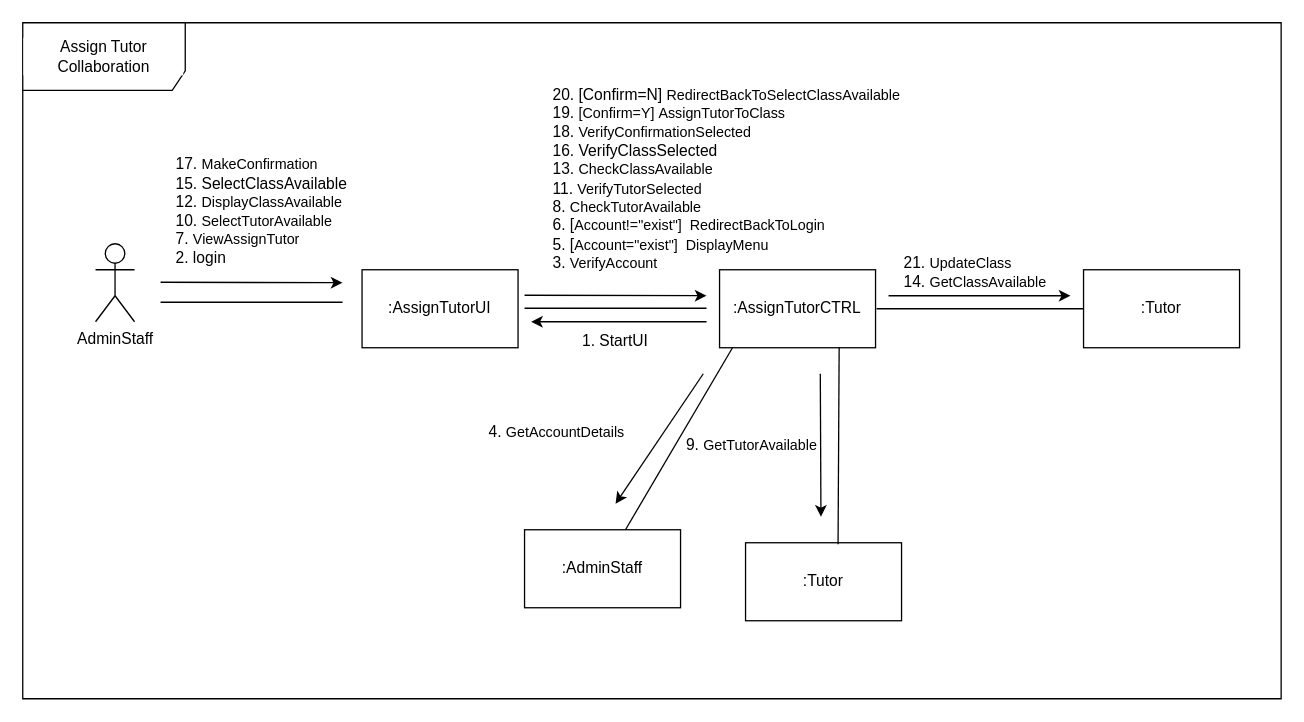
Before: page "CollaborationDiagram" (2 of 2) of OOAD DIAGRAM/SequenceDiagram.drawio in Jerald13/SemV2-Drawio, a draw.io diagram. Source tidied: cells renumbered, new cells numbered last; positions are measured from the earlier drawing's top-left corner, leaving out a move shared by most shapes. Both pictures are drawn from the tidied source at 130%, with x=0, y=0 at pixel (22, 22).
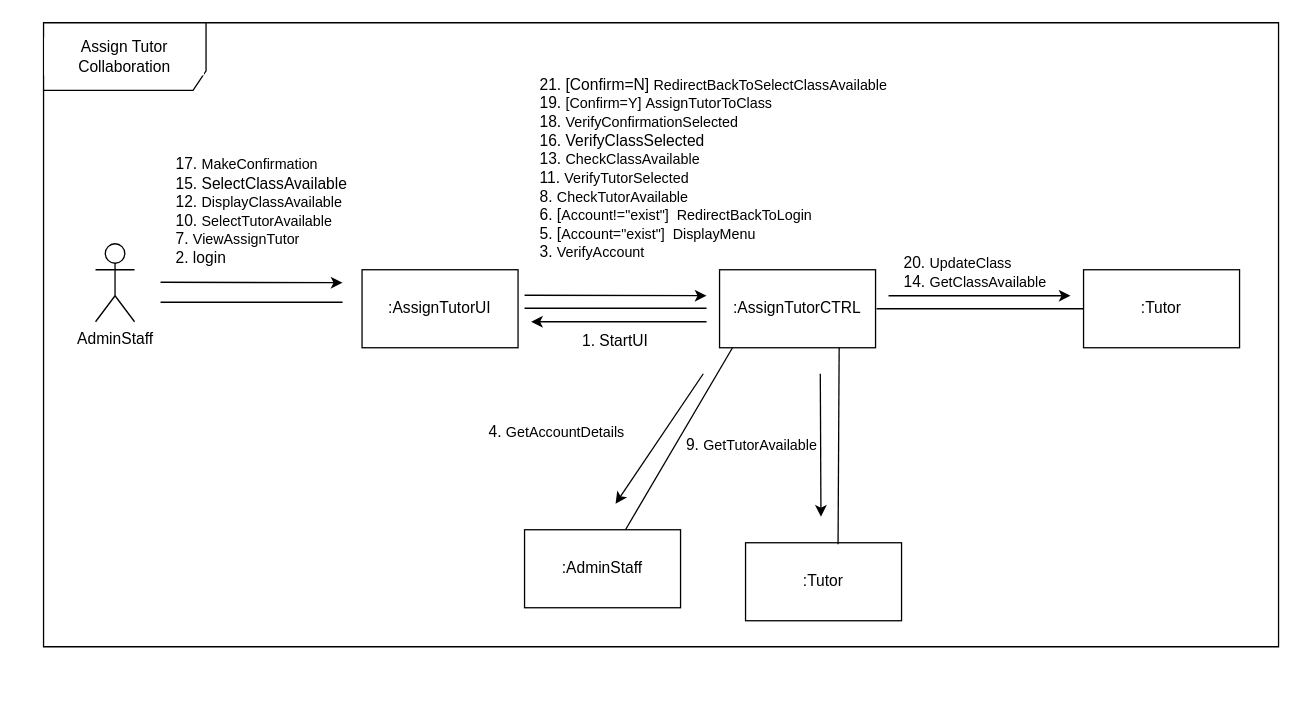
Above is the later version.

The edit, as a diff of the source:
```diff
@@
-    <mxCell id="19" value="&lt;br&gt;21.&amp;nbsp;&lt;span style=&quot;font-size: 11px; text-align: center; background-color: rgb(255, 255, 255);&quot;&gt;UpdateClass&lt;br&gt;&lt;/span&gt;14.&amp;nbsp;&lt;span style=&quot;font-size: 11px; background-color: rgb(255, 255, 255);&quot;&gt;GetClassAvailable&lt;/span&gt;" style="text;html=1;strokeColor=none;fillColor=none;align=left;verticalAlign=middle;whiteSpace=wrap;rounded=0;" parent="1" vertex="1">
+    <mxCell id="19" value="&lt;br&gt;20.&amp;nbsp;&lt;span style=&quot;font-size: 11px; text-align: center; background-color: rgb(255, 255, 255);&quot;&gt;UpdateClass&lt;br&gt;&lt;/span&gt;14.&amp;nbsp;&lt;span style=&quot;font-size: 11px; background-color: rgb(255, 255, 255);&quot;&gt;GetClassAvailable&lt;/span&gt;" style="text;html=1;strokeColor=none;fillColor=none;align=left;verticalAlign=middle;whiteSpace=wrap;rounded=0;" parent="1" vertex="1">
       <mxGeometry x="676" y="170" width="110" height="30" as="geometry" />
     </mxCell>
@@
-    <mxCell id="21" value="&lt;span style=&quot;text-align: center;&quot;&gt;20. [Confirm=N]&amp;nbsp;&lt;/span&gt;&lt;span style=&quot;font-size: 11px; text-align: center; background-color: rgb(255, 255, 255);&quot;&gt;RedirectBackToSelectClassAvailable&lt;/span&gt;&lt;span style=&quot;text-align: center;&quot;&gt;&lt;br&gt;19.&amp;nbsp;&lt;/span&gt;&lt;span style=&quot;font-size: 11px; text-align: center; background-color: rgb(255, 255, 255);&quot;&gt;[Confirm=Y]&amp;nbsp;&lt;/span&gt;&lt;span style=&quot;font-size: 11px; text-align: center; background-color: rgb(255, 255, 255);&quot;&gt;AssignTutorToClass&lt;/span&gt;&lt;span style=&quot;text-align: center;&quot;&gt;&lt;br&gt;18.&amp;nbsp;&lt;/span&gt;&lt;span style=&quot;font-size: 11px; text-align: center; background-color: rgb(255, 255, 255);&quot;&gt;VerifyConfirmationSelected&lt;br&gt;&lt;/span&gt;&lt;span style=&quot;text-align: center;&quot;&gt;16. VerifyClassSelected&lt;br&gt;&lt;/span&gt;&lt;span style=&quot;text-align: center;&quot;&gt;13.&amp;nbsp;&lt;/span&gt;&lt;span style=&quot;text-align: center; font-size: 11px; background-color: rgb(255, 255, 255);&quot;&gt;CheckClassAvailable&lt;/span&gt;&lt;span style=&quot;text-align: center;&quot;&gt;&lt;br&gt;11.&amp;nbsp;&lt;/span&gt;&lt;span style=&quot;text-align: center; font-size: 11px; background-color: rgb(255, 255, 255);&quot;&gt;VerifyTutorSelected&lt;/span&gt;&lt;span style=&quot;text-align: center;&quot;&gt;&lt;br&gt;&lt;/span&gt;&lt;span style=&quot;text-align: center;&quot;&gt;8.&amp;nbsp;&lt;/span&gt;&lt;span style=&quot;text-align: center; font-size: 11px; background-color: rgb(255, 255, 255);&quot;&gt;CheckTutorAvailable&lt;/span&gt;&lt;span style=&quot;text-align: center;&quot;&gt;&lt;br&gt;&lt;/span&gt;&lt;span style=&quot;text-align: center;&quot;&gt;6. [&lt;/span&gt;&lt;span style=&quot;text-align: center; font-size: 11px; background-color: rgb(255, 255, 255);&quot;&gt;Account!=&quot;exist&quot;]&amp;nbsp;&amp;nbsp;&lt;/span&gt;&lt;span style=&quot;font-size: 11px; text-align: center; background-color: rgb(255, 255, 255);&quot;&gt;RedirectBackToLogin&lt;br&gt;&lt;/span&gt;&lt;span style=&quot;text-align: center;&quot;&gt;5. [&lt;/span&gt;&lt;span style=&quot;text-align: center; font-size: 11px; background-color: rgb(255, 255, 255);&quot;&gt;Account=&quot;exist&quot;]&amp;nbsp;&amp;nbsp;&lt;/span&gt;&lt;span style=&quot;text-align: center; font-size: 11px; background-color: rgb(255, 255, 255);&quot;&gt;DisplayMenu&lt;br&gt;&lt;/span&gt;&lt;span style=&quot;text-align: center;&quot;&gt;3.&amp;nbsp;&lt;/span&gt;&lt;span style=&quot;text-align: center; font-size: 11px; background-color: rgb(255, 255, 255);&quot;&gt;VerifyAccount&lt;/span&gt;" style="text;html=1;strokeColor=none;fillColor=none;align=left;verticalAlign=middle;whiteSpace=wrap;rounded=0;" parent="1" vertex="1">
-      <mxGeometry x="406" y="50" width="270" height="140" as="geometry" />
+    <mxCell id="21" value="&lt;span style=&quot;text-align: center;&quot;&gt;&lt;br&gt;21. [Confirm=N]&amp;nbsp;&lt;/span&gt;&lt;span style=&quot;font-size: 11px; text-align: center; background-color: rgb(255, 255, 255);&quot;&gt;RedirectBackToSelectClassAvailable&lt;/span&gt;&lt;span style=&quot;text-align: center;&quot;&gt;&lt;br&gt;19.&amp;nbsp;&lt;/span&gt;&lt;span style=&quot;font-size: 11px; text-align: center; background-color: rgb(255, 255, 255);&quot;&gt;[Confirm=Y]&amp;nbsp;&lt;/span&gt;&lt;span style=&quot;font-size: 11px; text-align: center; background-color: rgb(255, 255, 255);&quot;&gt;AssignTutorToClass&lt;/span&gt;&lt;span style=&quot;text-align: center;&quot;&gt;&lt;br&gt;18.&amp;nbsp;&lt;/span&gt;&lt;span style=&quot;font-size: 11px; text-align: center; background-color: rgb(255, 255, 255);&quot;&gt;VerifyConfirmationSelected&lt;br&gt;&lt;/span&gt;&lt;span style=&quot;text-align: center;&quot;&gt;16. VerifyClassSelected&lt;br&gt;&lt;/span&gt;&lt;span style=&quot;text-align: center;&quot;&gt;13.&amp;nbsp;&lt;/span&gt;&lt;span style=&quot;text-align: center; font-size: 11px; background-color: rgb(255, 255, 255);&quot;&gt;CheckClassAvailable&lt;/span&gt;&lt;span style=&quot;text-align: center;&quot;&gt;&lt;br&gt;11.&amp;nbsp;&lt;/span&gt;&lt;span style=&quot;text-align: center; font-size: 11px; background-color: rgb(255, 255, 255);&quot;&gt;VerifyTutorSelected&lt;/span&gt;&lt;span style=&quot;text-align: center;&quot;&gt;&lt;br&gt;&lt;/span&gt;&lt;span style=&quot;text-align: center;&quot;&gt;8.&amp;nbsp;&lt;/span&gt;&lt;span style=&quot;text-align: center; font-size: 11px; background-color: rgb(255, 255, 255);&quot;&gt;CheckTutorAvailable&lt;/span&gt;&lt;span style=&quot;text-align: center;&quot;&gt;&lt;br&gt;&lt;/span&gt;&lt;span style=&quot;text-align: center;&quot;&gt;6. [&lt;/span&gt;&lt;span style=&quot;text-align: center; font-size: 11px; background-color: rgb(255, 255, 255);&quot;&gt;Account!=&quot;exist&quot;]&amp;nbsp;&amp;nbsp;&lt;/span&gt;&lt;span style=&quot;font-size: 11px; text-align: center; background-color: rgb(255, 255, 255);&quot;&gt;RedirectBackToLogin&lt;br&gt;&lt;/span&gt;&lt;span style=&quot;text-align: center;&quot;&gt;5. [&lt;/span&gt;&lt;span style=&quot;text-align: center; font-size: 11px; background-color: rgb(255, 255, 255);&quot;&gt;Account=&quot;exist&quot;]&amp;nbsp;&amp;nbsp;&lt;/span&gt;&lt;span style=&quot;text-align: center; font-size: 11px; background-color: rgb(255, 255, 255);&quot;&gt;DisplayMenu&lt;br&gt;&lt;/span&gt;&lt;span style=&quot;text-align: center;&quot;&gt;3.&amp;nbsp;&lt;/span&gt;&lt;span style=&quot;text-align: center; font-size: 11px; background-color: rgb(255, 255, 255);&quot;&gt;VerifyAccount&lt;/span&gt;" style="text;html=1;strokeColor=none;fillColor=none;align=left;verticalAlign=middle;whiteSpace=wrap;rounded=0;" parent="1" vertex="1">
+      <mxGeometry x="396" y="10" width="280" height="190" as="geometry" />
     </mxCell>
@@
     <mxCell id="25" value="Assign Tutor Collaboration" style="shape=umlFrame;whiteSpace=wrap;html=1;labelBackgroundColor=#FFFFFF;width=125;height=52;" parent="1" vertex="1">
-      <mxGeometry width="968" height="520" as="geometry" />
+      <mxGeometry x="16" width="950" height="480" as="geometry" />
     </mxCell>
```
